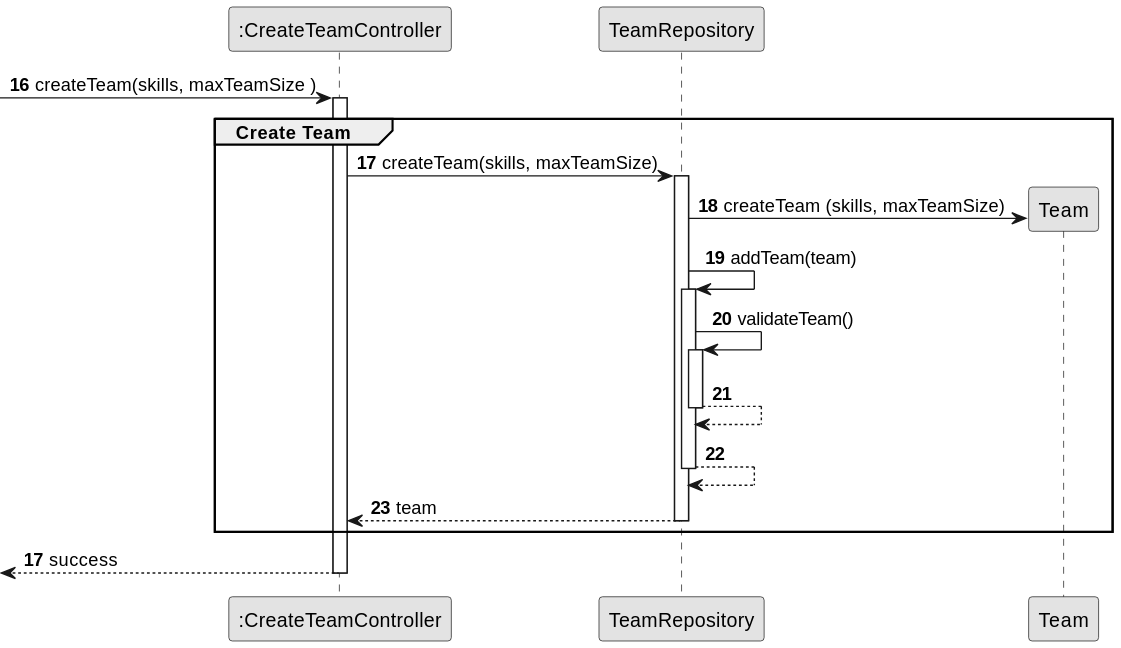
Earlier version of the PlantUML export docs/sprintB/us005/03.design/svg/us005-sequence-diagram-partial-create-team.svg (ricardomm7/leaflink). The source it was exported from:
```plantuml
@startuml
skinparam monochrome true
skinparam packageStyle rectangle
skinparam shadowing false

participant ":CreateTeamController" as CTRL

autonumber 16
-> CTRL: createTeam(skills, maxTeamSize )

activate CTRL
    group Create Team

        CTRL -> TeamRepository: createTeam(skills, maxTeamSize)
                        activate TeamRepository

                        TeamRepository -> Team**: createTeam (skills, maxTeamSize)

                            TeamRepository -> TeamRepository: addTeam(team)
                            activate TeamRepository
                                TeamRepository -> TeamRepository: validateTeam()
                                activate TeamRepository
                                    TeamRepository --> TeamRepository
                                    deactivate TeamRepository

                            TeamRepository --> TeamRepository
                        deactivate TeamRepository

                    TeamRepository --> CTRL: team
                    deactivate TeamRepository
    end

    autonumber 17
    <-- CTRL : success
deactivate CTRL
@enduml
```
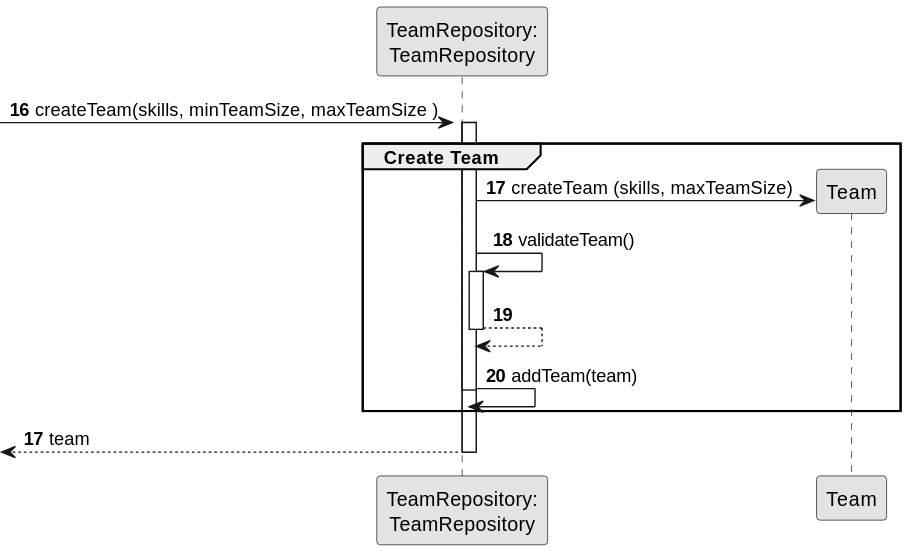
After the change.

Change to the diagram source:
```diff
@@ -3,34 +3,30 @@
 skinparam packageStyle rectangle
 skinparam shadowing false
 
-participant ":CreateTeamController" as CTRL
+participant "TeamRepository:\nTeamRepository" as TeamRepository
 
 autonumber 16
--> CTRL: createTeam(skills, maxTeamSize )
+-> TeamRepository: createTeam(skills, minTeamSize, maxTeamSize )
 
-activate CTRL
+activate TeamRepository
     group Create Team
 
-        CTRL -> TeamRepository: createTeam(skills, maxTeamSize)
                         activate TeamRepository
 
                         TeamRepository -> Team**: createTeam (skills, maxTeamSize)
 
-                            TeamRepository -> TeamRepository: addTeam(team)
-                            activate TeamRepository
                                 TeamRepository -> TeamRepository: validateTeam()
                                 activate TeamRepository
                                     TeamRepository --> TeamRepository
                                     deactivate TeamRepository
 
-                            TeamRepository --> TeamRepository
-                        deactivate TeamRepository
+                            TeamRepository -> TeamRepository: addTeam(team)
 
-                    TeamRepository --> CTRL: team
+
                     deactivate TeamRepository
     end
 
     autonumber 17
-    <-- CTRL : success
-deactivate CTRL
+    <-- TeamRepository : team
+deactivate TeamRepository
 @enduml
```
